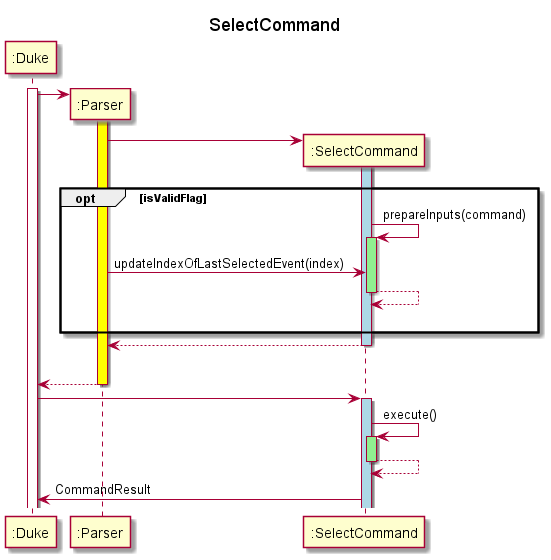
The PlantUML diagram docs/images/SelectDiagram.png in nus-cs2113-AY2122S1/tp, before a commit.
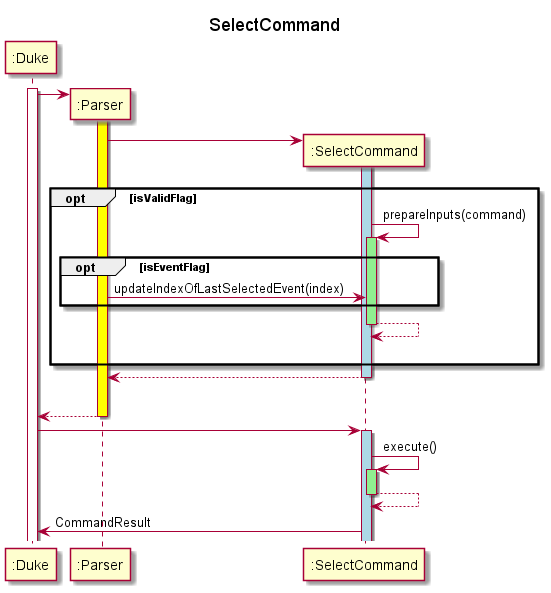
Later version of the same file.

Commit message:
Update UML diagram

Change to the diagram source:
```diff
@@ -15,7 +15,9 @@
 opt isValidFlag
 SelectCommand -> SelectCommand: prepareInputs(command)
 activate SelectCommand #lightgreen
+opt isEventFlag
 Parser -> SelectCommand: updateIndexOfLastSelectedEvent(index)
+end
 return
 |||
 end
```
